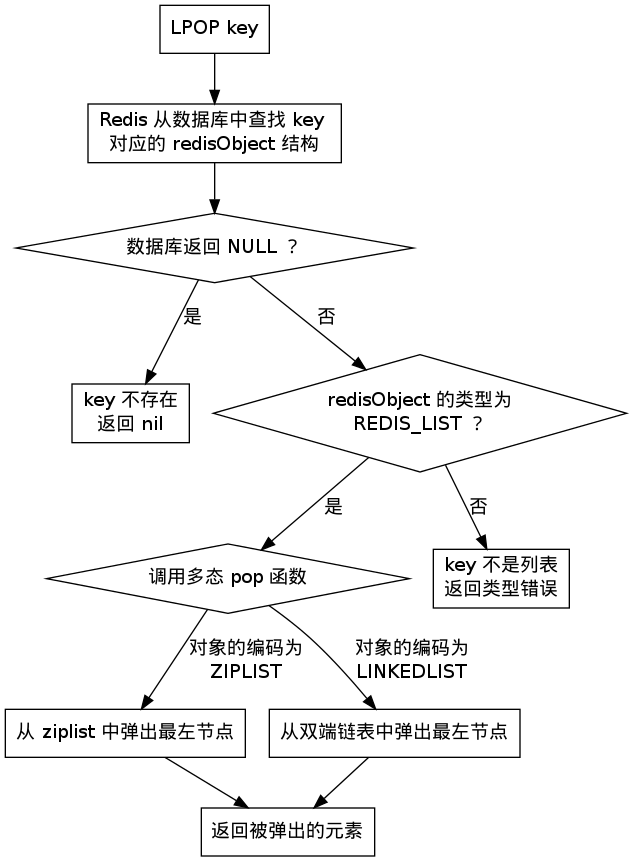
Earlier version of the Graphviz export datatype/image/command_poly.png (huangzworks/redisbook). Its source is kept beside it as datatype/image/command_poly.dot. The source it was exported from:
```dot
digraph command_poly {
    node [shape=box];

    lpop [label="LPOP key"];

    get_key_obj_from_db [label="Redis 从数据库中查找 key \n对应的 redisObject 结构"];

    is_obj_nil_or_not [label="数据库返回 NULL ？",shape=diamond];

    return_nil [label="key 不存在\n返回 nil"];

    is_type_list_or_not [label="redisObject 的类型为\nREDIS_LIST ？",shape=diamond];

    call_poly_pop_function [label="调用多态 pop 函数", shape=diamond];

    return_type_error [label="key 不是列表\n返回类型错误"];

    pop_from_ziplist [label="从 ziplist 中弹出最左节点"];

    pop_from_linkedlist [label="从双端链表中弹出最左节点"];

    return_pop_item [label="返回被弹出的元素"];


    lpop -> get_key_obj_from_db;

    get_key_obj_from_db -> is_obj_nil_or_not;

    is_obj_nil_or_not -> return_nil [label="是"];

    is_obj_nil_or_not -> is_type_list_or_not [label="否"];

    is_type_list_or_not -> call_poly_pop_function [label="是"];

    is_type_list_or_not -> return_type_error [label="否"];

    call_poly_pop_function -> pop_from_ziplist [label="对象的编码为\nZIPLIST"];

    call_poly_pop_function -> pop_from_linkedlist [label="对象的编码为\nLINKEDLIST"];

    pop_from_ziplist -> return_pop_item;

    pop_from_linkedlist -> return_pop_item;

}
```
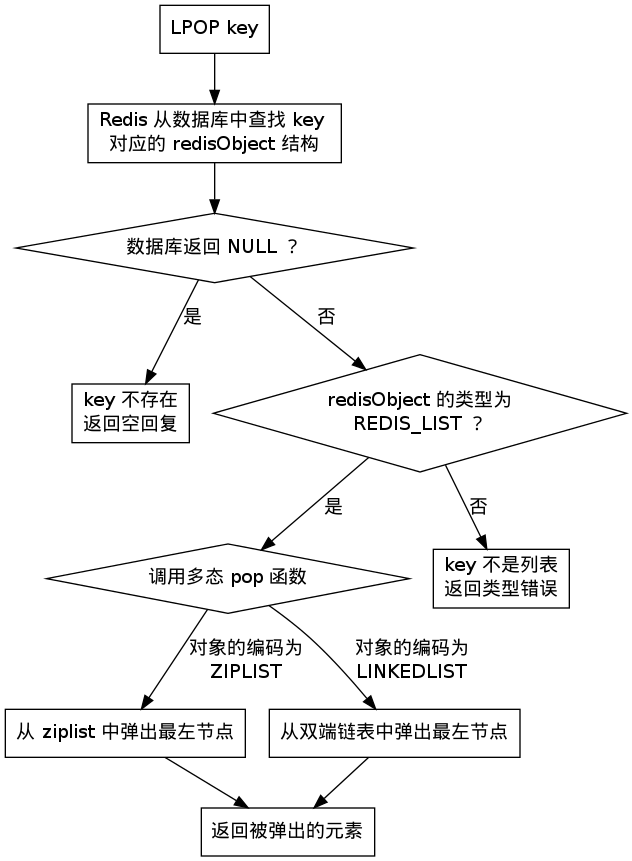
Above is the later version.

What changed in the source:
```diff
@@ -7,7 +7,7 @@
 
     is_obj_nil_or_not [label="数据库返回 NULL ？",shape=diamond];
 
-    return_nil [label="key 不存在\n返回 nil"];
+    return_nil [label="key 不存在\n返回空回复"];
 
     is_type_list_or_not [label="redisObject 的类型为\nREDIS_LIST ？",shape=diamond];
 
```
